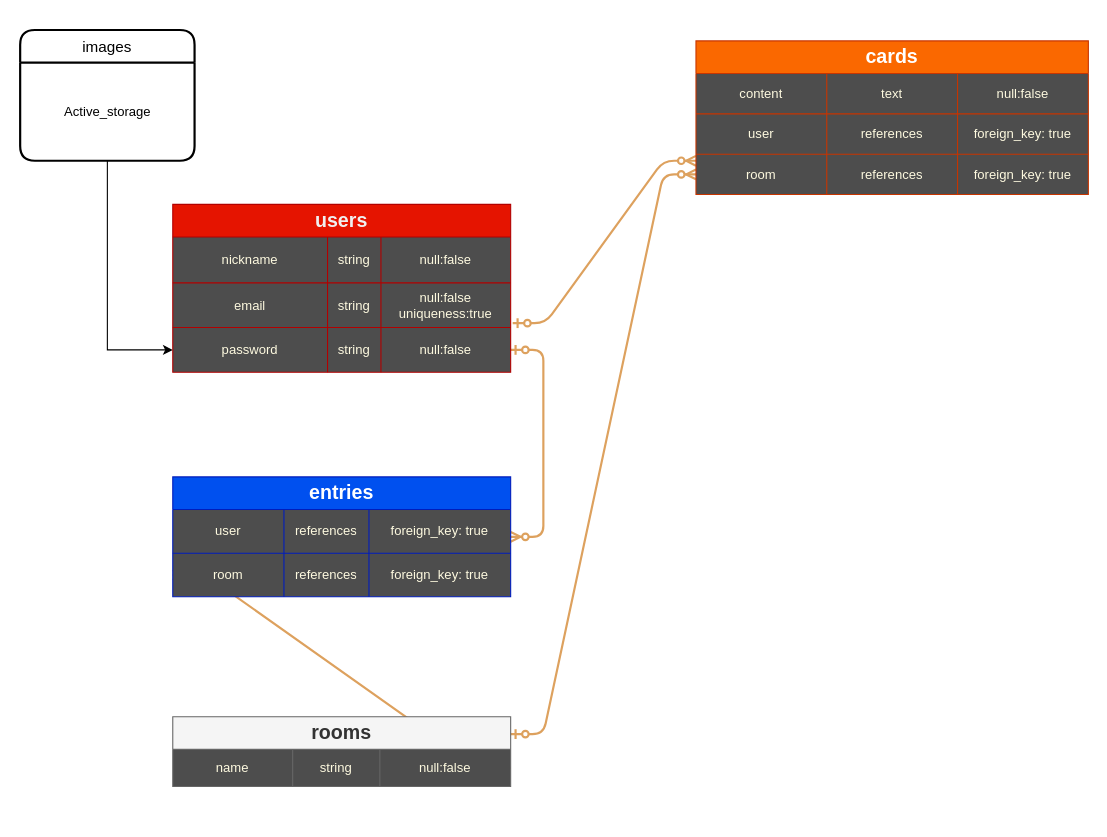
Earlier version of the draw.io diagram ERD.drawio (akashiyaki0128/ThanksCards). Source tidied: cells renumbered, new cells numbered last; positions are measured from the earlier drawing's top-left corner, leaving out a move shared by most shapes. Both pictures are drawn from the tidied source at 109%, with x=0, y=0 at pixel (20, 29).
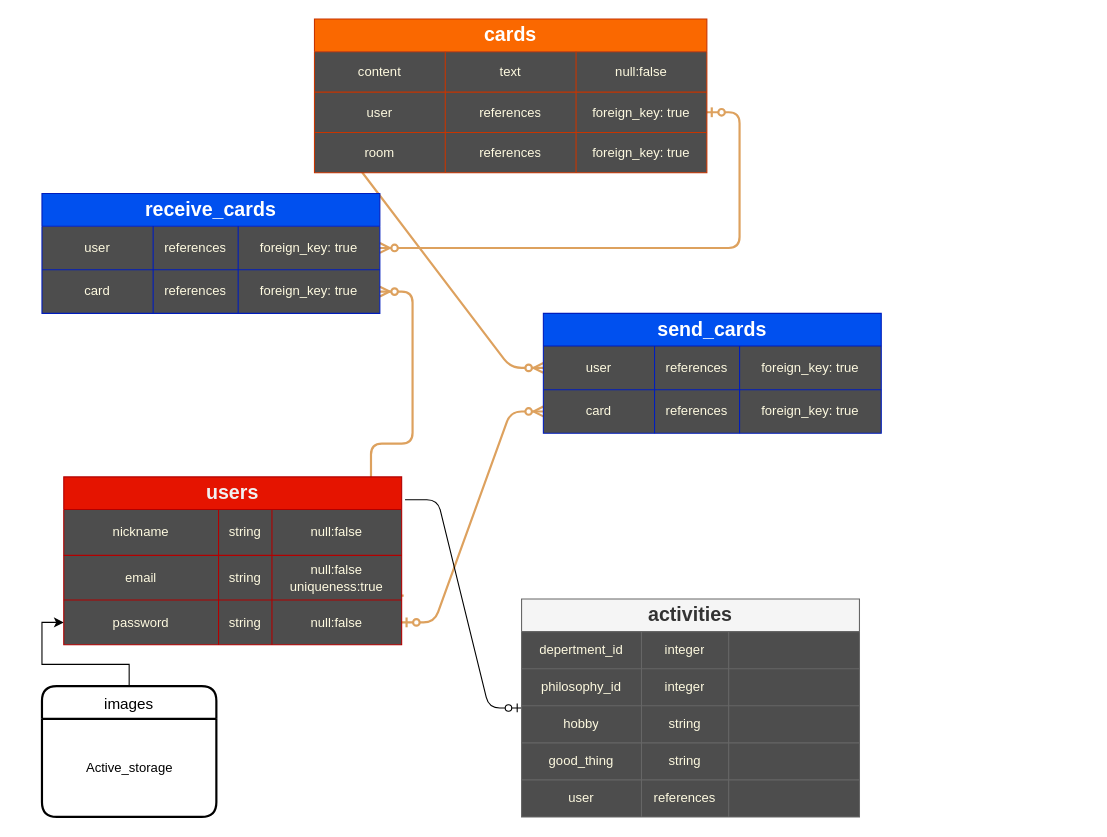
The same diagram, later.

Commit message (it also covers changes not shown here):
ER図、Readmeの編集

The change refers to these unchanged cells:
```xml
<mxCell id="8" style="shape=partialRectangle;html=1;whiteSpace=wrap;fillColor=none;top=0;left=0;bottom=0;right=0;points=[[0,0.5],[1,0.5]];portConstraint=eastwest;strokeColor=#DDA15E;fontColor=#FEFAE0;" parent="7" vertex="1">
  <mxGeometry y="30" width="310" height="34" as="geometry" />
</mxCell>
<mxCell id="13" style="shape=partialRectangle;html=1;whiteSpace=wrap;fillColor=none;top=0;left=0;bottom=0;right=0;points=[[0,0.5],[1,0.5]];portConstraint=eastwest;strokeColor=#DDA15E;fontColor=#FEFAE0;" parent="12" vertex="1">
  <mxGeometry y="30" width="310" height="40" as="geometry" />
</mxCell>
<mxCell id="17" style="shape=partialRectangle;html=1;whiteSpace=wrap;fillColor=none;top=0;left=0;bottom=0;right=0;points=[[0,0.5],[1,0.5]];portConstraint=eastwest;strokeColor=#DDA15E;fontColor=#FEFAE0;" parent="12" vertex="1">
  <mxGeometry y="70" width="310" height="40" as="geometry" />
</mxCell>
<mxCell id="26" style="shape=partialRectangle;html=1;whiteSpace=wrap;fillColor=none;top=0;left=0;bottom=0;right=0;points=[[0,0.5],[1,0.5]];portConstraint=eastwest;strokeColor=#DDA15E;fontColor=#FEFAE0;" parent="21" vertex="1">
  <mxGeometry y="72" width="310" height="41" as="geometry" />
</mxCell>
<mxCell id="30" style="shape=partialRectangle;html=1;whiteSpace=wrap;fillColor=none;top=0;left=0;bottom=0;right=0;points=[[0,0.5],[1,0.5]];portConstraint=eastwest;strokeColor=#DDA15E;fontColor=#FEFAE0;" parent="21" vertex="1">
  <mxGeometry y="113" width="310" height="41" as="geometry" />
</mxCell>
```

What changed in the source:
```diff
@@
-    <mxCell id="2" style="edgeStyle=entityRelationEdgeStyle;fontSize=12;html=1;endArrow=ERzeroToMany;startArrow=ERzeroToOne;strokeColor=#DDA15E;fillColor=#BC6C25;strokeWidth=2;exitX=1;exitY=0.5;exitDx=0;exitDy=0;" parent="1" edge="1" source="30" target="12">
+    <mxCell id="2" style="edgeStyle=entityRelationEdgeStyle;fontSize=12;html=1;endArrow=ERzeroToMany;startArrow=ERzeroToOne;strokeColor=#DDA15E;fillColor=#BC6C25;strokeWidth=2;exitX=1;exitY=0.5;exitDx=0;exitDy=0;" parent="1" edge="1" source="30" target="17">
       <mxGeometry relative="1" as="geometry" />
     </mxCell>
-    <mxCell id="3" style="edgeStyle=entityRelationEdgeStyle;fontSize=12;html=1;endArrow=ERzeroToMany;startArrow=ERzeroToOne;strokeColor=#DDA15E;fillColor=#BC6C25;strokeWidth=2;entryX=0;entryY=0.162;entryDx=0;entryDy=0;entryPerimeter=0;exitX=1.006;exitY=0.902;exitDx=0;exitDy=0;exitPerimeter=0;" parent="1" edge="1" source="26" target="45">
+    <mxCell id="3" style="edgeStyle=entityRelationEdgeStyle;fontSize=12;html=1;endArrow=ERzeroToMany;startArrow=ERzeroToOne;strokeColor=#DDA15E;fillColor=#BC6C25;strokeWidth=2;exitX=1.006;exitY=0.902;exitDx=0;exitDy=0;exitPerimeter=0;" parent="1" edge="1" source="26" target="71">
       <mxGeometry relative="1" as="geometry" />
     </mxCell>
@@
-    <mxCell id="5" style="edgeStyle=entityRelationEdgeStyle;fontSize=12;html=1;endArrow=ERzeroToMany;startArrow=ERzeroToOne;strokeColor=#DDA15E;fillColor=#BC6C25;strokeWidth=2;entryX=0;entryY=0.5;entryDx=0;entryDy=0;exitX=1;exitY=0.5;exitDx=0;exitDy=0;" parent="1" edge="1" source="8" target="17">
+    <mxCell id="5" style="edgeStyle=entityRelationEdgeStyle;fontSize=12;html=1;endArrow=ERzeroToMany;startArrow=ERzeroToOne;strokeColor=#DDA15E;fillColor=#BC6C25;strokeWidth=2;exitX=0;exitY=0.5;exitDx=0;exitDy=0;entryX=0;entryY=0.5;entryDx=0;entryDy=0;" parent="1" edge="1" source="45" target="13">
       <mxGeometry relative="1" as="geometry" />
     </mxCell>
-    <mxCell id="6" style="edgeStyle=entityRelationEdgeStyle;fontSize=12;html=1;endArrow=ERzeroToMany;startArrow=ERzeroToOne;strokeColor=#DDA15E;fillColor=#BC6C25;strokeWidth=2;exitX=1;exitY=0.25;exitDx=0;exitDy=0;" parent="1" edge="1" source="7" target="45">
+    <mxCell id="6" style="edgeStyle=entityRelationEdgeStyle;fontSize=12;html=1;endArrow=ERzeroToMany;startArrow=ERzeroToOne;strokeColor=#DDA15E;fillColor=#BC6C25;strokeWidth=2;" parent="1" edge="1" source="41" target="67">
       <mxGeometry relative="1" as="geometry" />
     </mxCell>
+    <mxCell id="49" style="edgeStyle=entityRelationEdgeStyle;fontSize=12;html=1;endArrow=ERzeroToOne;endFill=1;exitX=1.01;exitY=0.136;exitDx=0;exitDy=0;exitPerimeter=0;" parent="1" edge="1" source="21" target="7">
+      <mxGeometry relative="1" as="geometry" />
+    </mxCell>
-    <mxCell id="7" value="&lt;font style=&quot;font-size: 18px&quot;&gt;rooms&lt;/font&gt;" style="shape=table;html=1;whiteSpace=wrap;startSize=30;childLayout=tableLayout;fontStyle=1;align=center;rounded=0;sketch=0;strokeColor=#666666;fillColor=#f5f5f5;fontColor=#333333;swimlaneFillColor=#4D4D4D;" parent="1" vertex="1">
-      <mxGeometry x="140" y="630" width="310" height="64" as="geometry" />
+    <mxCell id="7" value="&lt;font style=&quot;font-size: 18px&quot;&gt;activities&lt;/font&gt;" style="shape=table;html=1;whiteSpace=wrap;startSize=30;childLayout=tableLayout;fontStyle=1;align=center;rounded=0;sketch=0;strokeColor=#666666;fillColor=#f5f5f5;fontColor=#333333;swimlaneFillColor=#4D4D4D;" parent="1" vertex="1">
+      <mxGeometry x="460" y="522" width="310" height="200" as="geometry" />
     </mxCell>
@@
-    <mxCell id="9" value="name" style="shape=partialRectangle;html=1;whiteSpace=wrap;fillColor=none;top=0;left=0;bottom=0;right=0;overflow=hidden;strokeColor=#DDA15E;fontColor=#FEFAE0;" parent="8" vertex="1">
+    <mxCell id="9" value="depertment_id" style="shape=partialRectangle;html=1;whiteSpace=wrap;fillColor=none;top=0;left=0;bottom=0;right=0;overflow=hidden;strokeColor=#DDA15E;fontColor=#FEFAE0;" parent="8" vertex="1">
       <mxGeometry width="110" height="34" as="geometry" />
     </mxCell>
-    <mxCell id="10" value="string" style="shape=partialRectangle;html=1;whiteSpace=wrap;fillColor=none;top=0;left=0;bottom=0;right=0;overflow=hidden;strokeColor=#DDA15E;fontColor=#FEFAE0;" parent="8" vertex="1">
+    <mxCell id="10" value="integer" style="shape=partialRectangle;html=1;whiteSpace=wrap;fillColor=none;top=0;left=0;bottom=0;right=0;overflow=hidden;strokeColor=#DDA15E;fontColor=#FEFAE0;" parent="8" vertex="1">
       <mxGeometry x="110" width="80" height="34" as="geometry" />
     </mxCell>
-    <mxCell id="11" value="&lt;span&gt;null:false&lt;/span&gt;" style="shape=partialRectangle;html=1;whiteSpace=wrap;fillColor=none;top=0;left=0;bottom=0;right=0;overflow=hidden;strokeColor=#DDA15E;fontColor=#FEFAE0;" parent="8" vertex="1">
+    <mxCell id="11" style="shape=partialRectangle;html=1;whiteSpace=wrap;fillColor=none;top=0;left=0;bottom=0;right=0;overflow=hidden;strokeColor=#DDA15E;fontColor=#FEFAE0;" parent="8" vertex="1">
       <mxGeometry x="190" width="120" height="34" as="geometry" />
     </mxCell>
+    <mxCell id="50" style="shape=partialRectangle;html=1;whiteSpace=wrap;fillColor=none;top=0;left=0;bottom=0;right=0;strokeColor=#DDA15E;fontColor=#FEFAE0;" parent="7" vertex="1">
+      <mxGeometry y="64" width="310" height="34" as="geometry" />
+    </mxCell>
+    <mxCell id="51" value="philosophy_id" style="shape=partialRectangle;html=1;whiteSpace=wrap;fillColor=none;top=0;left=0;bottom=0;right=0;overflow=hidden;strokeColor=#DDA15E;fontColor=#FEFAE0;" parent="50" vertex="1">
+      <mxGeometry width="110" height="34" as="geometry" />
+    </mxCell>
+    <mxCell id="52" value="integer" style="shape=partialRectangle;html=1;whiteSpace=wrap;fillColor=none;top=0;left=0;bottom=0;right=0;overflow=hidden;strokeColor=#DDA15E;fontColor=#FEFAE0;" parent="50" vertex="1">
+      <mxGeometry x="110" width="80" height="34" as="geometry" />
+    </mxCell>
+    <mxCell id="53" style="shape=partialRectangle;html=1;whiteSpace=wrap;fillColor=none;top=0;left=0;bottom=0;right=0;overflow=hidden;strokeColor=#DDA15E;fontColor=#FEFAE0;" parent="50" vertex="1">
+      <mxGeometry x="190" width="120" height="34" as="geometry" />
+    </mxCell>
+    <mxCell id="54" style="shape=partialRectangle;html=1;whiteSpace=wrap;fillColor=none;top=0;left=0;bottom=0;right=0;strokeColor=#DDA15E;fontColor=#FEFAE0;" parent="7" vertex="1">
+      <mxGeometry y="98" width="310" height="34" as="geometry" />
+    </mxCell>
+    <mxCell id="55" value="hobby" style="shape=partialRectangle;html=1;whiteSpace=wrap;fillColor=none;top=0;left=0;bottom=0;right=0;overflow=hidden;strokeColor=#DDA15E;fontColor=#FEFAE0;" parent="54" vertex="1">
+      <mxGeometry width="110" height="34" as="geometry" />
+    </mxCell>
+    <mxCell id="56" value="string" style="shape=partialRectangle;html=1;whiteSpace=wrap;fillColor=none;top=0;left=0;bottom=0;right=0;overflow=hidden;strokeColor=#DDA15E;fontColor=#FEFAE0;" parent="54" vertex="1">
+      <mxGeometry x="110" width="80" height="34" as="geometry" />
+    </mxCell>
+    <mxCell id="57" style="shape=partialRectangle;html=1;whiteSpace=wrap;fillColor=none;top=0;left=0;bottom=0;right=0;overflow=hidden;strokeColor=#DDA15E;fontColor=#FEFAE0;" parent="54" vertex="1">
+      <mxGeometry x="190" width="120" height="34" as="geometry" />
+    </mxCell>
+    <mxCell id="58" style="shape=partialRectangle;html=1;whiteSpace=wrap;fillColor=none;top=0;left=0;bottom=0;right=0;strokeColor=#DDA15E;fontColor=#FEFAE0;" parent="7" vertex="1">
+      <mxGeometry y="132" width="310" height="34" as="geometry" />
+    </mxCell>
+    <mxCell id="59" value="good_thing" style="shape=partialRectangle;html=1;whiteSpace=wrap;fillColor=none;top=0;left=0;bottom=0;right=0;overflow=hidden;strokeColor=#DDA15E;fontColor=#FEFAE0;" parent="58" vertex="1">
+      <mxGeometry width="110" height="34" as="geometry" />
+    </mxCell>
+    <mxCell id="60" value="string" style="shape=partialRectangle;html=1;whiteSpace=wrap;fillColor=none;top=0;left=0;bottom=0;right=0;overflow=hidden;strokeColor=#DDA15E;fontColor=#FEFAE0;" parent="58" vertex="1">
+      <mxGeometry x="110" width="80" height="34" as="geometry" />
+    </mxCell>
+    <mxCell id="61" style="shape=partialRectangle;html=1;whiteSpace=wrap;fillColor=none;top=0;left=0;bottom=0;right=0;overflow=hidden;strokeColor=#DDA15E;fontColor=#FEFAE0;" parent="58" vertex="1">
+      <mxGeometry x="190" width="120" height="34" as="geometry" />
+    </mxCell>
+    <mxCell id="62" style="shape=partialRectangle;html=1;whiteSpace=wrap;fillColor=none;top=0;left=0;bottom=0;right=0;strokeColor=#DDA15E;fontColor=#FEFAE0;" parent="7" vertex="1">
+      <mxGeometry y="166" width="310" height="34" as="geometry" />
+    </mxCell>
+    <mxCell id="63" value="user" style="shape=partialRectangle;html=1;whiteSpace=wrap;fillColor=none;top=0;left=0;bottom=0;right=0;overflow=hidden;strokeColor=#DDA15E;fontColor=#FEFAE0;" parent="62" vertex="1">
+      <mxGeometry width="110" height="34" as="geometry" />
+    </mxCell>
+    <mxCell id="64" value="references" style="shape=partialRectangle;html=1;whiteSpace=wrap;fillColor=none;top=0;left=0;bottom=0;right=0;overflow=hidden;strokeColor=#DDA15E;fontColor=#FEFAE0;" parent="62" vertex="1">
+      <mxGeometry x="110" width="80" height="34" as="geometry" />
+    </mxCell>
+    <mxCell id="65" style="shape=partialRectangle;html=1;whiteSpace=wrap;fillColor=none;top=0;left=0;bottom=0;right=0;overflow=hidden;strokeColor=#DDA15E;fontColor=#FEFAE0;" parent="62" vertex="1">
+      <mxGeometry x="190" width="120" height="34" as="geometry" />
+    </mxCell>
+    <mxCell id="36" value="&lt;font style=&quot;font-size: 18px&quot;&gt;cards&lt;/font&gt;" style="shape=table;html=1;whiteSpace=wrap;startSize=30;childLayout=tableLayout;fontStyle=1;align=center;rounded=0;sketch=0;fillColor=#fa6800;strokeColor=#C73500;fontColor=#ffffff;swimlaneFillColor=#4D4D4D;" parent="1" vertex="1">
+      <mxGeometry x="270" y="-10" width="360" height="141" as="geometry" />
+    </mxCell>
+    <mxCell id="37" style="shape=partialRectangle;html=1;whiteSpace=wrap;fillColor=none;top=0;left=0;bottom=0;right=0;strokeColor=#DDA15E;fontColor=#FEFAE0;" parent="36" vertex="1">
+      <mxGeometry y="30" width="360" height="37" as="geometry" />
+    </mxCell>
+    <mxCell id="38" value="content" style="shape=partialRectangle;html=1;whiteSpace=wrap;fillColor=none;top=0;left=0;bottom=0;right=0;overflow=hidden;strokeColor=#DDA15E;fontColor=#FEFAE0;" parent="37" vertex="1">
+      <mxGeometry width="120" height="37" as="geometry" />
+    </mxCell>
+    <mxCell id="39" value="text" style="shape=partialRectangle;html=1;whiteSpace=wrap;fillColor=none;top=0;left=0;bottom=0;right=0;overflow=hidden;strokeColor=#DDA15E;fontColor=#FEFAE0;" parent="37" vertex="1">
+      <mxGeometry x="120" width="120" height="37" as="geometry" />
+    </mxCell>
+    <mxCell id="40" value="&lt;span&gt;null:false&lt;/span&gt;" style="shape=partialRectangle;html=1;whiteSpace=wrap;fillColor=none;top=0;left=0;bottom=0;right=0;overflow=hidden;strokeColor=#DDA15E;fontColor=#FEFAE0;" parent="37" vertex="1">
+      <mxGeometry x="240" width="120" height="37" as="geometry" />
+    </mxCell>
+    <mxCell id="41" style="shape=partialRectangle;html=1;whiteSpace=wrap;fillColor=none;top=0;left=0;bottom=0;right=0;points=[[0,0.5],[1,0.5]];portConstraint=eastwest;strokeColor=#DDA15E;fontColor=#FEFAE0;" parent="36" vertex="1">
+      <mxGeometry y="67" width="360" height="37" as="geometry" />
+    </mxCell>
+    <mxCell id="42" value="user" style="shape=partialRectangle;html=1;whiteSpace=wrap;fillColor=none;top=0;left=0;bottom=0;right=0;overflow=hidden;strokeColor=#DDA15E;fontColor=#FEFAE0;" parent="41" vertex="1">
+      <mxGeometry width="120" height="37" as="geometry" />
+    </mxCell>
+    <mxCell id="43" value="&lt;span&gt;references&lt;/span&gt;" style="shape=partialRectangle;html=1;whiteSpace=wrap;fillColor=none;top=0;left=0;bottom=0;right=0;overflow=hidden;strokeColor=#DDA15E;fontColor=#FEFAE0;" parent="41" vertex="1">
+      <mxGeometry x="120" width="120" height="37" as="geometry" />
+    </mxCell>
+    <mxCell id="44" value="&lt;span&gt;foreign_key: true&lt;/span&gt;" style="shape=partialRectangle;html=1;whiteSpace=wrap;fillColor=none;top=0;left=0;bottom=0;right=0;overflow=hidden;strokeColor=#DDA15E;fontColor=#FEFAE0;" parent="41" vertex="1">
+      <mxGeometry x="240" width="120" height="37" as="geometry" />
+    </mxCell>
+    <mxCell id="45" style="shape=partialRectangle;html=1;whiteSpace=wrap;fillColor=none;top=0;left=0;bottom=0;right=0;points=[[0,0.5],[1,0.5]];portConstraint=eastwest;strokeColor=#DDA15E;fontColor=#FEFAE0;" parent="36" vertex="1">
+      <mxGeometry y="104" width="360" height="37" as="geometry" />
+    </mxCell>
+    <mxCell id="46" value="room" style="shape=partialRectangle;html=1;whiteSpace=wrap;fillColor=none;top=0;left=0;bottom=0;right=0;overflow=hidden;strokeColor=#DDA15E;fontColor=#FEFAE0;" parent="45" vertex="1">
+      <mxGeometry width="120" height="37" as="geometry" />
+    </mxCell>
+    <mxCell id="47" value="&lt;span&gt;references&lt;/span&gt;" style="shape=partialRectangle;html=1;whiteSpace=wrap;fillColor=none;top=0;left=0;bottom=0;right=0;overflow=hidden;strokeColor=#DDA15E;fontColor=#FEFAE0;" parent="45" vertex="1">
+      <mxGeometry x="120" width="120" height="37" as="geometry" />
+    </mxCell>
+    <mxCell id="48" value="&lt;span&gt;foreign_key: true&lt;/span&gt;" style="shape=partialRectangle;html=1;whiteSpace=wrap;fillColor=none;top=0;left=0;bottom=0;right=0;overflow=hidden;strokeColor=#DDA15E;fontColor=#FEFAE0;" parent="45" vertex="1">
+      <mxGeometry x="240" width="120" height="37" as="geometry" />
+    </mxCell>
+    <mxCell id="66" value="&lt;span style=&quot;font-size: 18px&quot;&gt;receive_cards&lt;/span&gt;" style="shape=table;html=1;whiteSpace=wrap;startSize=30;childLayout=tableLayout;fontStyle=1;align=center;rounded=0;sketch=0;strokeColor=#001DBC;fillColor=#0050ef;swimlaneFillColor=#4D4D4D;fontColor=#ffffff;" parent="1" vertex="1">
+      <mxGeometry x="20" y="150" width="310" height="110" as="geometry" />
+    </mxCell>
+    <mxCell id="67" style="shape=partialRectangle;html=1;whiteSpace=wrap;fillColor=none;top=0;left=0;bottom=0;right=0;points=[[0,0.5],[1,0.5]];portConstraint=eastwest;strokeColor=#DDA15E;fontColor=#FEFAE0;" parent="66" vertex="1">
+      <mxGeometry y="30" width="310" height="40" as="geometry" />
+    </mxCell>
+    <mxCell id="68" value="user" style="shape=partialRectangle;html=1;whiteSpace=wrap;fillColor=none;top=0;left=0;bottom=0;right=0;overflow=hidden;strokeColor=#DDA15E;fontColor=#FEFAE0;" parent="67" vertex="1">
+      <mxGeometry width="102" height="40" as="geometry" />
+    </mxCell>
+    <mxCell id="69" value="&lt;span&gt;references&lt;/span&gt;" style="shape=partialRectangle;html=1;whiteSpace=wrap;fillColor=none;top=0;left=0;bottom=0;right=0;overflow=hidden;strokeColor=#DDA15E;fontColor=#FEFAE0;" parent="67" vertex="1">
+      <mxGeometry x="102" width="78" height="40" as="geometry" />
+    </mxCell>
+    <mxCell id="70" value="&lt;span&gt;foreign_key: true&lt;/span&gt;" style="shape=partialRectangle;html=1;whiteSpace=wrap;fillColor=none;top=0;left=0;bottom=0;right=0;overflow=hidden;strokeColor=#DDA15E;fontColor=#FEFAE0;" parent="67" vertex="1">
+      <mxGeometry x="180" width="130" height="40" as="geometry" />
+    </mxCell>
+    <mxCell id="71" style="shape=partialRectangle;html=1;whiteSpace=wrap;fillColor=none;top=0;left=0;bottom=0;right=0;points=[[0,0.5],[1,0.5]];portConstraint=eastwest;strokeColor=#DDA15E;fontColor=#FEFAE0;" parent="66" vertex="1">
+      <mxGeometry y="70" width="310" height="40" as="geometry" />
+    </mxCell>
+    <mxCell id="72" value="card" style="shape=partialRectangle;html=1;whiteSpace=wrap;fillColor=none;top=0;left=0;bottom=0;right=0;overflow=hidden;strokeColor=#DDA15E;fontColor=#FEFAE0;" parent="71" vertex="1">
+      <mxGeometry width="102" height="40" as="geometry" />
+    </mxCell>
+    <mxCell id="73" value="&lt;span&gt;references&lt;/span&gt;" style="shape=partialRectangle;html=1;whiteSpace=wrap;fillColor=none;top=0;left=0;bottom=0;right=0;overflow=hidden;strokeColor=#DDA15E;fontColor=#FEFAE0;" parent="71" vertex="1">
+      <mxGeometry x="102" width="78" height="40" as="geometry" />
+    </mxCell>
+    <mxCell id="74" value="&lt;span&gt;foreign_key: true&lt;/span&gt;" style="shape=partialRectangle;html=1;whiteSpace=wrap;fillColor=none;top=0;left=0;bottom=0;right=0;overflow=hidden;strokeColor=#DDA15E;fontColor=#FEFAE0;" parent="71" vertex="1">
+      <mxGeometry x="180" width="130" height="40" as="geometry" />
+    </mxCell>
-    <mxCell id="12" value="&lt;span style=&quot;font-size: 18px&quot;&gt;entries&lt;/span&gt;" style="shape=table;html=1;whiteSpace=wrap;startSize=30;childLayout=tableLayout;fontStyle=1;align=center;rounded=0;sketch=0;strokeColor=#001DBC;fillColor=#0050ef;swimlaneFillColor=#4D4D4D;fontColor=#ffffff;" parent="1" vertex="1">
-      <mxGeometry x="140" y="410" width="310" height="110" as="geometry" />
+    <mxCell id="12" value="&lt;span style=&quot;font-size: 18px&quot;&gt;send_cards&lt;/span&gt;" style="shape=table;html=1;whiteSpace=wrap;startSize=30;childLayout=tableLayout;fontStyle=1;align=center;rounded=0;sketch=0;strokeColor=#001DBC;fillColor=#0050ef;swimlaneFillColor=#4D4D4D;fontColor=#ffffff;" parent="1" vertex="1">
+      <mxGeometry x="480" y="260" width="310" height="110" as="geometry" />
     </mxCell>
@@
-    <mxCell id="18" value="room" style="shape=partialRectangle;html=1;whiteSpace=wrap;fillColor=none;top=0;left=0;bottom=0;right=0;overflow=hidden;strokeColor=#DDA15E;fontColor=#FEFAE0;" parent="17" vertex="1">
+    <mxCell id="18" value="card" style="shape=partialRectangle;html=1;whiteSpace=wrap;fillColor=none;top=0;left=0;bottom=0;right=0;overflow=hidden;strokeColor=#DDA15E;fontColor=#FEFAE0;" parent="17" vertex="1">
       <mxGeometry width="102" height="40" as="geometry" />
     </mxCell>
@@
     <mxCell id="21" value="&lt;font style=&quot;font-size: 18px&quot;&gt;users&lt;/font&gt;" style="shape=table;startSize=30;childLayout=tableLayout;fontStyle=1;align=center;rounded=0;sketch=0;strokeColor=#B20000;swimlaneFillColor=#4D4D4D;gradientDirection=west;labelBackgroundColor=none;labelBorderColor=none;fillColor=#e51400;fontColor=#F0F0F0;whiteSpace=wrap;html=1;" parent="1" vertex="1">
-      <mxGeometry x="140" y="160" width="310" height="154" as="geometry" />
+      <mxGeometry x="40" y="410" width="310" height="154" as="geometry" />
     </mxCell>
@@
     <mxCell id="34" value="images" style="swimlane;horizontal=1;startSize=30;rounded=1;fontSize=14;fontStyle=0;strokeWidth=2;shadow=0;dashed=0;align=center;" parent="1" vertex="1">
-      <mxGeometry width="160" height="120" as="geometry" />
+      <mxGeometry x="20" y="602" width="160" height="120" as="geometry" />
     </mxCell>
@@
-    <mxCell id="36" value="&lt;font style=&quot;font-size: 18px&quot;&gt;cards&lt;/font&gt;" style="shape=table;html=1;whiteSpace=wrap;startSize=30;childLayout=tableLayout;fontStyle=1;align=center;rounded=0;sketch=0;fillColor=#fa6800;strokeColor=#C73500;fontColor=#ffffff;swimlaneFillColor=#4D4D4D;" parent="1" vertex="1">
-      <mxGeometry x="620" y="10" width="360" height="141" as="geometry" />
-    </mxCell>
-    <mxCell id="37" style="shape=partialRectangle;html=1;whiteSpace=wrap;fillColor=none;top=0;left=0;bottom=0;right=0;strokeColor=#DDA15E;fontColor=#FEFAE0;" parent="36" vertex="1">
-      <mxGeometry y="30" width="360" height="37" as="geometry" />
-    </mxCell>
-    <mxCell id="38" value="content" style="shape=partialRectangle;html=1;whiteSpace=wrap;fillColor=none;top=0;left=0;bottom=0;right=0;overflow=hidden;strokeColor=#DDA15E;fontColor=#FEFAE0;" parent="37" vertex="1">
-      <mxGeometry width="120" height="37" as="geometry" />
-    </mxCell>
-    <mxCell id="39" value="text" style="shape=partialRectangle;html=1;whiteSpace=wrap;fillColor=none;top=0;left=0;bottom=0;right=0;overflow=hidden;strokeColor=#DDA15E;fontColor=#FEFAE0;" parent="37" vertex="1">
-      <mxGeometry x="120" width="120" height="37" as="geometry" />
-    </mxCell>
-    <mxCell id="40" value="&lt;span&gt;null:false&lt;/span&gt;" style="shape=partialRectangle;html=1;whiteSpace=wrap;fillColor=none;top=0;left=0;bottom=0;right=0;overflow=hidden;strokeColor=#DDA15E;fontColor=#FEFAE0;" parent="37" vertex="1">
-      <mxGeometry x="240" width="120" height="37" as="geometry" />
-    </mxCell>
-    <mxCell id="41" style="shape=partialRectangle;html=1;whiteSpace=wrap;fillColor=none;top=0;left=0;bottom=0;right=0;points=[[0,0.5],[1,0.5]];portConstraint=eastwest;strokeColor=#DDA15E;fontColor=#FEFAE0;" parent="36" vertex="1">
-      <mxGeometry y="67" width="360" height="37" as="geometry" />
-    </mxCell>
-    <mxCell id="42" value="user" style="shape=partialRectangle;html=1;whiteSpace=wrap;fillColor=none;top=0;left=0;bottom=0;right=0;overflow=hidden;strokeColor=#DDA15E;fontColor=#FEFAE0;" parent="41" vertex="1">
-      <mxGeometry width="120" height="37" as="geometry" />
-    </mxCell>
-    <mxCell id="43" value="&lt;span&gt;references&lt;/span&gt;" style="shape=partialRectangle;html=1;whiteSpace=wrap;fillColor=none;top=0;left=0;bottom=0;right=0;overflow=hidden;strokeColor=#DDA15E;fontColor=#FEFAE0;" parent="41" vertex="1">
-      <mxGeometry x="120" width="120" height="37" as="geometry" />
-    </mxCell>
-    <mxCell id="44" value="&lt;span&gt;foreign_key: true&lt;/span&gt;" style="shape=partialRectangle;html=1;whiteSpace=wrap;fillColor=none;top=0;left=0;bottom=0;right=0;overflow=hidden;strokeColor=#DDA15E;fontColor=#FEFAE0;" parent="41" vertex="1">
-      <mxGeometry x="240" width="120" height="37" as="geometry" />
-    </mxCell>
-    <mxCell id="45" style="shape=partialRectangle;html=1;whiteSpace=wrap;fillColor=none;top=0;left=0;bottom=0;right=0;points=[[0,0.5],[1,0.5]];portConstraint=eastwest;strokeColor=#DDA15E;fontColor=#FEFAE0;" parent="36" vertex="1">
-      <mxGeometry y="104" width="360" height="37" as="geometry" />
-    </mxCell>
-    <mxCell id="46" value="room" style="shape=partialRectangle;html=1;whiteSpace=wrap;fillColor=none;top=0;left=0;bottom=0;right=0;overflow=hidden;strokeColor=#DDA15E;fontColor=#FEFAE0;" parent="45" vertex="1">
-      <mxGeometry width="120" height="37" as="geometry" />
-    </mxCell>
-    <mxCell id="47" value="&lt;span&gt;references&lt;/span&gt;" style="shape=partialRectangle;html=1;whiteSpace=wrap;fillColor=none;top=0;left=0;bottom=0;right=0;overflow=hidden;strokeColor=#DDA15E;fontColor=#FEFAE0;" parent="45" vertex="1">
-      <mxGeometry x="120" width="120" height="37" as="geometry" />
-    </mxCell>
-    <mxCell id="48" value="&lt;span&gt;foreign_key: true&lt;/span&gt;" style="shape=partialRectangle;html=1;whiteSpace=wrap;fillColor=none;top=0;left=0;bottom=0;right=0;overflow=hidden;strokeColor=#DDA15E;fontColor=#FEFAE0;" parent="45" vertex="1">
-      <mxGeometry x="240" width="120" height="37" as="geometry" />
-    </mxCell>
```
